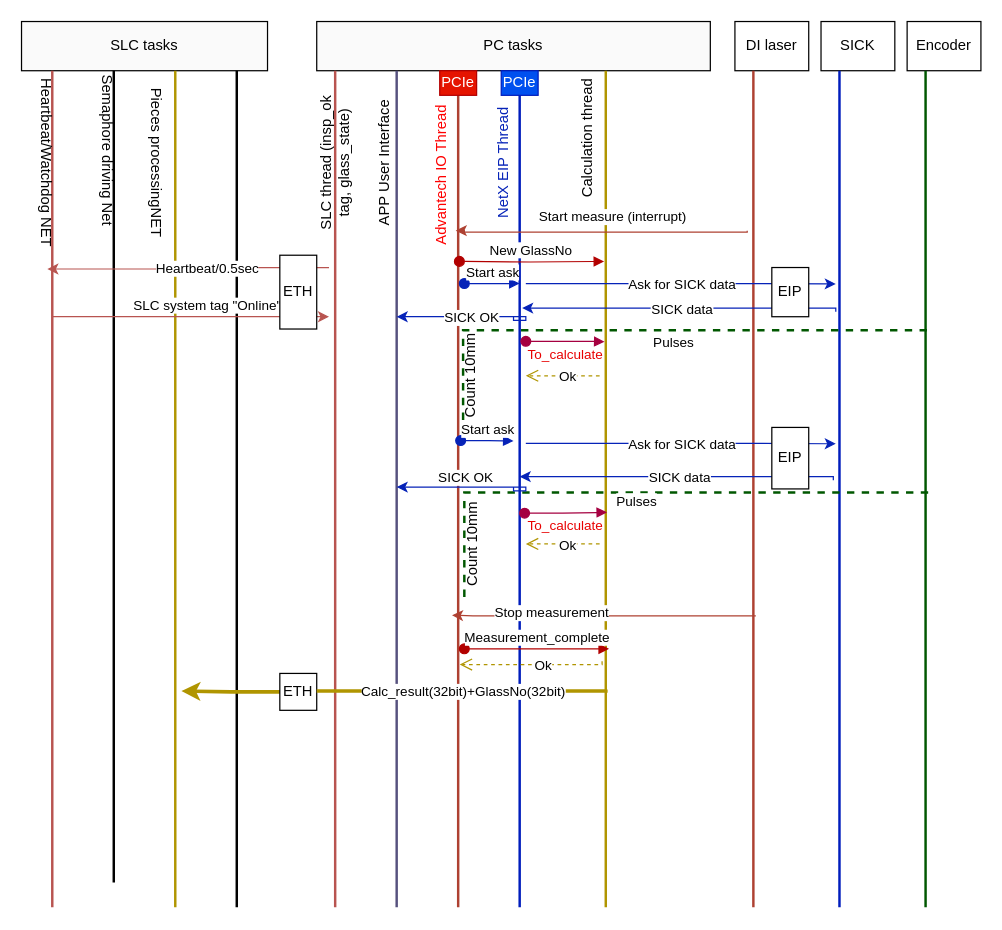
This is page "High Level SEQ chart" (3 of 7) of Inspection Platform Dataflow.drawio from megavad/Diagrams, a draw.io file, before an edit. Source tidied: cells renumbered, new cells numbered last; positions are measured from the earlier drawing's top-left corner, leaving out a move shared by most shapes. Both pictures are drawn from the tidied source at 123%, with x=0, y=0 at pixel (-53, 21).
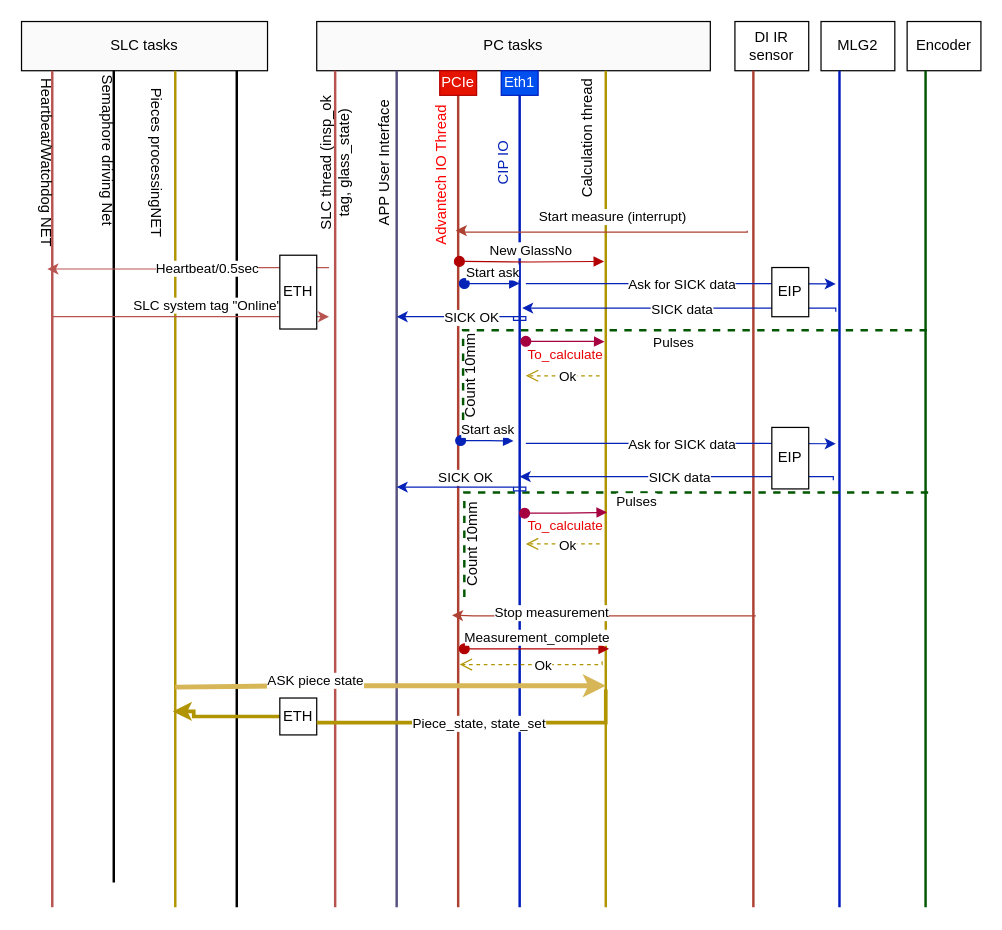
The same page after the edit.

Unchanged cells that the change refers to:
```xml
<mxCell id="5" style="line;strokeWidth=2;direction=south;html=1;fillColor=#e3c800;strokeColor=#B09500;fontColor=#000000;" parent="1" vertex="1">
  <mxGeometry x="180" y="40" width="10" height="680" as="geometry" />
</mxCell>
```

The edit, as a diff of the source:
```diff
@@
-    <mxCell id="17" value="DI laser" style="rounded=0;whiteSpace=wrap;html=1;fontColor=#030303;fillColor=#FFFFFF;" parent="1" vertex="1">
+    <mxCell id="17" value="DI IR sensor" style="rounded=0;whiteSpace=wrap;html=1;fontColor=#030303;fillColor=#FFFFFF;" parent="1" vertex="1">
       <mxGeometry x="640" width="60" height="40" as="geometry" />
     </mxCell>
-    <mxCell id="18" value="SICK" style="rounded=0;whiteSpace=wrap;html=1;fontColor=#030303;fillColor=#FFFFFF;" parent="1" vertex="1">
+    <mxCell id="18" value="MLG2" style="rounded=0;whiteSpace=wrap;html=1;fontColor=#030303;fillColor=#FFFFFF;" parent="1" vertex="1">
       <mxGeometry x="710" width="60" height="40" as="geometry" />
     </mxCell>
@@
-    <mxCell id="38" value="&lt;font color=&quot;#0623b8&quot;&gt;NetX EIP Thread&lt;/font&gt;" style="text;html=1;strokeColor=none;fillColor=none;align=center;verticalAlign=middle;whiteSpace=wrap;rounded=0;fontColor=#030303;rotation=270;" parent="1" vertex="1">
+    <mxCell id="38" value="&lt;font color=&quot;#0623b8&quot;&gt;CIP IO&lt;/font&gt;" style="text;html=1;strokeColor=none;fillColor=none;align=center;verticalAlign=middle;whiteSpace=wrap;rounded=0;fontColor=#030303;rotation=270;" parent="1" vertex="1">
       <mxGeometry x="382" y="100" width="140" height="30" as="geometry" />
     </mxCell>
@@
-    <mxCell id="51" style="endArrow=classic;html=1;rounded=0;edgeStyle=orthogonalEdgeStyle;fillColor=#e3c800;strokeColor=#B09500;exitX=0.704;exitY=0.5;exitDx=0;exitDy=0;exitPerimeter=0;strokeWidth=3;startArrow=none;" parent="1" edge="1" source="63">
+    <mxCell id="51" style="endArrow=classic;html=1;rounded=0;edgeStyle=orthogonalEdgeStyle;fillColor=#e3c800;strokeColor=#B09500;exitX=0.704;exitY=0.5;exitDx=0;exitDy=0;exitPerimeter=0;strokeWidth=3;startArrow=none;entryX=0.766;entryY=0.7;entryDx=0;entryDy=0;entryPerimeter=0;" parent="1" edge="1" source="63" target="5">
       <mxGeometry relative="1" as="geometry">
-        <mxPoint x="190" y="544.3" as="targetPoint" />
+        <Array as="points">
+          <mxPoint x="200" y="565" />
+          <mxPoint x="200" y="561" />
+        </Array>
       </mxGeometry>
     </mxCell>
@@
     <mxCell id="63" value="ETH" style="rounded=0;whiteSpace=wrap;html=1;fontColor=#030303;fillColor=#FFFFFF;" parent="1" vertex="1">
-      <mxGeometry x="270" y="530" width="30" height="30" as="geometry" />
+      <mxGeometry x="270" y="550" width="30" height="30" as="geometry" />
     </mxCell>
     <mxCell id="64" style="endArrow=none;html=1;rounded=0;edgeStyle=orthogonalEdgeStyle;fillColor=#e3c800;strokeColor=#B09500;exitX=0.704;exitY=0.5;exitDx=0;exitDy=0;exitPerimeter=0;strokeWidth=3;" parent="1" edge="1" target="63">
       <mxGeometry relative="1" as="geometry">
         <mxPoint x="535" y="543" as="sourcePoint" />
         <Array as="points">
-          <mxPoint x="535" y="544.3" />
+          <mxPoint x="535" y="570" />
+          <mxPoint x="285" y="570" />
         </Array>
       </mxGeometry>
     </mxCell>
-    <mxCell id="65" value="Calc_result(32bit)+GlassNo(32bit)" style="edgeLabel;html=1;align=center;verticalAlign=middle;fillColor=#FAFAFA;" parent="64" vertex="1">
+    <mxCell id="65" value="Piece_state, state_set" style="edgeLabel;html=1;align=center;verticalAlign=middle;fillColor=#FAFAFA;" parent="64" vertex="1">
       <mxGeometry relative="1" as="geometry" />
     </mxCell>
@@
-    <mxCell id="70" value="PCIe" style="rounded=0;whiteSpace=wrap;html=1;fontColor=#ffffff;fillColor=#0050ef;strokeColor=#001DBC;" parent="1" vertex="1">
+    <mxCell id="70" value="Eth1" style="rounded=0;whiteSpace=wrap;html=1;fontColor=#ffffff;fillColor=#0050ef;strokeColor=#001DBC;" parent="1" vertex="1">
       <mxGeometry x="450" y="40" width="30" height="20" as="geometry" />
     </mxCell>
+    <mxCell id="71" style="endArrow=classic;html=1;rounded=0;fillColor=#fff2cc;strokeColor=#d6b656;strokeWidth=4;exitX=0.737;exitY=0.5;exitDx=0;exitDy=0;exitPerimeter=0;" parent="1" edge="1" source="5">
+      <mxGeometry relative="1" as="geometry">
+        <mxPoint x="535" y="540" as="targetPoint" />
+        <Array as="points">
+          <mxPoint x="280" y="540" />
+          <mxPoint x="520" y="540" />
+        </Array>
+      </mxGeometry>
+    </mxCell>
+    <mxCell id="72" value="ASK piece state" style="edgeLabel;html=1;align=center;verticalAlign=middle;" parent="71" vertex="1">
+      <mxGeometry x="-0.35" y="5" relative="1" as="geometry" />
+    </mxCell>
```
